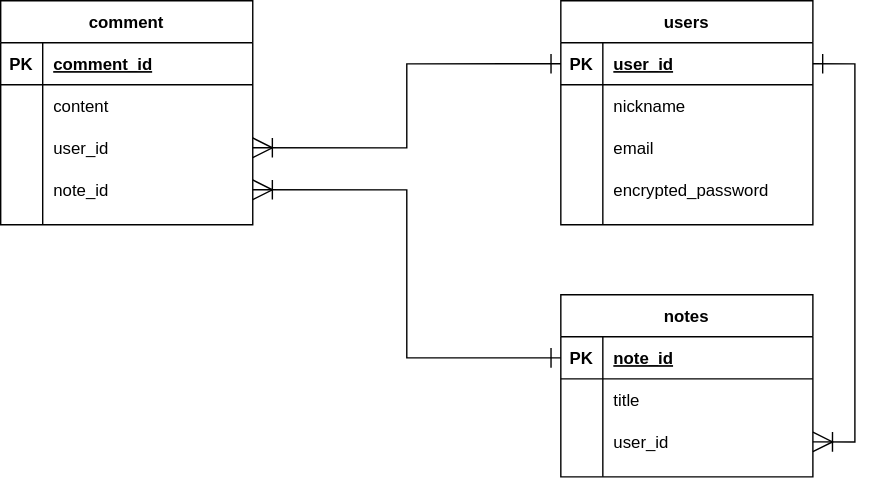
Earlier version of the draw.io export mynotes.drawio.svg (LIFE-enjoy/mynotes). Source tidied: cells renumbered, new cells last; positions are measured from the earlier drawing's top-left corner, leaving out a move shared by most shapes. The source it was exported from:
```xml
<mxGraphModel>
  <root>
    <mxCell id="0" />
    <mxCell id="1" parent="0" />
    <mxCell id="2" value="users" style="shape=table;startSize=30;rowLines=0;fontStyle=1;align=center;" parent="1" vertex="1">
      <mxGeometry x="400" width="180" height="160" as="geometry" />
    </mxCell>
    <mxCell id="3" style="shape=partialRectangle;fillColor=none;top=0;left=0;bottom=1;right=0;points=[[0,0.5],[1,0.5]];portConstraint=eastwest;" parent="2" vertex="1">
      <mxGeometry y="30" width="180" height="30" as="geometry" />
    </mxCell>
    <mxCell id="4" value="PK" style="shape=partialRectangle;fillColor=none;top=0;left=0;bottom=0;right=0;fontStyle=1;overflow=hidden;" parent="3" vertex="1">
      <mxGeometry width="30" height="30" as="geometry" />
    </mxCell>
    <mxCell id="5" value="user_id" style="shape=partialRectangle;fillColor=none;top=0;left=0;bottom=0;right=0;align=left;spacingLeft=6;fontStyle=5;overflow=hidden;" parent="3" vertex="1">
      <mxGeometry x="30" width="150" height="30" as="geometry" />
    </mxCell>
    <mxCell id="6" style="shape=partialRectangle;fillColor=none;top=0;left=0;bottom=0;right=0;" parent="2" vertex="1">
      <mxGeometry y="60" width="180" height="30" as="geometry" />
    </mxCell>
    <mxCell id="7" style="shape=partialRectangle;fillColor=none;top=0;left=0;bottom=0;right=0;overflow=hidden;" parent="6" vertex="1">
      <mxGeometry width="30" height="30" as="geometry" />
    </mxCell>
    <mxCell id="8" value="nickname" style="shape=partialRectangle;fillColor=none;top=0;left=0;bottom=0;right=0;align=left;spacingLeft=6;overflow=hidden;" parent="6" vertex="1">
      <mxGeometry x="30" width="150" height="30" as="geometry" />
    </mxCell>
    <mxCell id="9" style="shape=partialRectangle;fillColor=none;top=0;left=0;bottom=0;right=0;" parent="2" vertex="1">
      <mxGeometry y="90" width="180" height="30" as="geometry" />
    </mxCell>
    <mxCell id="10" style="shape=partialRectangle;fillColor=none;top=0;left=0;bottom=0;right=0;overflow=hidden;" parent="9" vertex="1">
      <mxGeometry width="30" height="30" as="geometry" />
    </mxCell>
    <mxCell id="11" value="email" style="shape=partialRectangle;fillColor=none;top=0;left=0;bottom=0;right=0;align=left;spacingLeft=6;overflow=hidden;" parent="9" vertex="1">
      <mxGeometry x="30" width="150" height="30" as="geometry" />
    </mxCell>
    <mxCell id="12" style="shape=partialRectangle;fillColor=none;top=0;left=0;bottom=0;right=0;" parent="2" vertex="1">
      <mxGeometry y="120" width="180" height="30" as="geometry" />
    </mxCell>
    <mxCell id="13" style="shape=partialRectangle;fillColor=none;top=0;left=0;bottom=0;right=0;overflow=hidden;" parent="12" vertex="1">
      <mxGeometry width="30" height="30" as="geometry" />
    </mxCell>
    <mxCell id="14" value="encrypted_password" style="shape=partialRectangle;fillColor=none;top=0;left=0;bottom=0;right=0;align=left;spacingLeft=6;overflow=hidden;" parent="12" vertex="1">
      <mxGeometry x="30" width="150" height="30" as="geometry" />
    </mxCell>
    <mxCell id="15" value="notes" style="shape=table;startSize=30;rowLines=0;fontStyle=1;align=center;" parent="1" vertex="1">
      <mxGeometry x="400" y="210" width="180" height="130" as="geometry" />
    </mxCell>
    <mxCell id="16" style="shape=partialRectangle;fillColor=none;top=0;left=0;bottom=1;right=0;points=[[0,0.5],[1,0.5]];portConstraint=eastwest;" parent="15" vertex="1">
      <mxGeometry y="30" width="180" height="30" as="geometry" />
    </mxCell>
    <mxCell id="17" value="PK" style="shape=partialRectangle;fillColor=none;top=0;left=0;bottom=0;right=0;fontStyle=1;overflow=hidden;" parent="16" vertex="1">
      <mxGeometry width="30" height="30" as="geometry" />
    </mxCell>
    <mxCell id="18" value="note_id" style="shape=partialRectangle;fillColor=none;top=0;left=0;bottom=0;right=0;align=left;spacingLeft=6;fontStyle=5;overflow=hidden;" parent="16" vertex="1">
      <mxGeometry x="30" width="150" height="30" as="geometry" />
    </mxCell>
    <mxCell id="19" style="shape=partialRectangle;fillColor=none;top=0;left=0;bottom=0;right=0;" parent="15" vertex="1">
      <mxGeometry y="60" width="180" height="30" as="geometry" />
    </mxCell>
    <mxCell id="20" style="shape=partialRectangle;fillColor=none;top=0;left=0;bottom=0;right=0;overflow=hidden;" parent="19" vertex="1">
      <mxGeometry width="30" height="30" as="geometry" />
    </mxCell>
    <mxCell id="21" value="title" style="shape=partialRectangle;fillColor=none;top=0;left=0;bottom=0;right=0;align=left;spacingLeft=6;overflow=hidden;" parent="19" vertex="1">
      <mxGeometry x="30" width="150" height="30" as="geometry" />
    </mxCell>
    <mxCell id="22" style="shape=partialRectangle;fillColor=none;top=0;left=0;bottom=0;right=0;points=[[0,0.5],[1,0.5]];portConstraint=eastwest;" parent="15" vertex="1">
      <mxGeometry y="90" width="180" height="30" as="geometry" />
    </mxCell>
    <mxCell id="23" style="shape=partialRectangle;fillColor=none;top=0;left=0;bottom=0;right=0;overflow=hidden;" parent="22" vertex="1">
      <mxGeometry width="30" height="30" as="geometry" />
    </mxCell>
    <mxCell id="24" value="user_id" style="shape=partialRectangle;fillColor=none;top=0;left=0;bottom=0;right=0;align=left;spacingLeft=6;overflow=hidden;" parent="22" vertex="1">
      <mxGeometry x="30" width="150" height="30" as="geometry" />
    </mxCell>
    <mxCell id="25" value="comment" style="shape=table;startSize=30;rowLines=0;fontStyle=1;align=center;" parent="1" vertex="1">
      <mxGeometry width="180" height="160" as="geometry" />
    </mxCell>
    <mxCell id="26" style="shape=partialRectangle;fillColor=none;top=0;left=0;bottom=1;right=0;" parent="25" vertex="1">
      <mxGeometry y="30" width="180" height="30" as="geometry" />
    </mxCell>
    <mxCell id="27" value="PK" style="shape=partialRectangle;fillColor=none;top=0;left=0;bottom=0;right=0;fontStyle=1;overflow=hidden;" parent="26" vertex="1">
      <mxGeometry width="30" height="30" as="geometry" />
    </mxCell>
    <mxCell id="28" value="comment_id" style="shape=partialRectangle;fillColor=none;top=0;left=0;bottom=0;right=0;align=left;spacingLeft=6;fontStyle=5;overflow=hidden;" parent="26" vertex="1">
      <mxGeometry x="30" width="150" height="30" as="geometry" />
    </mxCell>
    <mxCell id="29" style="shape=partialRectangle;fillColor=none;top=0;left=0;bottom=0;right=0;" parent="25" vertex="1">
      <mxGeometry y="60" width="180" height="30" as="geometry" />
    </mxCell>
    <mxCell id="30" style="shape=partialRectangle;fillColor=none;top=0;left=0;bottom=0;right=0;overflow=hidden;" parent="29" vertex="1">
      <mxGeometry width="30" height="30" as="geometry" />
    </mxCell>
    <mxCell id="31" value="content" style="shape=partialRectangle;fillColor=none;top=0;left=0;bottom=0;right=0;align=left;spacingLeft=6;overflow=hidden;" parent="29" vertex="1">
      <mxGeometry x="30" width="150" height="30" as="geometry" />
    </mxCell>
    <mxCell id="32" style="shape=partialRectangle;fillColor=none;top=0;left=0;bottom=0;right=0;points=[[0,0.5],[1,0.5]];portConstraint=eastwest;" parent="25" vertex="1">
      <mxGeometry y="90" width="180" height="30" as="geometry" />
    </mxCell>
    <mxCell id="33" style="shape=partialRectangle;fillColor=none;top=0;left=0;bottom=0;right=0;overflow=hidden;" parent="32" vertex="1">
      <mxGeometry width="30" height="30" as="geometry" />
    </mxCell>
    <mxCell id="34" value="user_id" style="shape=partialRectangle;fillColor=none;top=0;left=0;bottom=0;right=0;align=left;spacingLeft=6;overflow=hidden;" parent="32" vertex="1">
      <mxGeometry x="30" width="150" height="30" as="geometry" />
    </mxCell>
    <mxCell id="35" style="shape=partialRectangle;fillColor=none;top=0;left=0;bottom=0;right=0;points=[[0,0.5],[1,0.5]];portConstraint=eastwest;" parent="25" vertex="1">
      <mxGeometry y="120" width="180" height="30" as="geometry" />
    </mxCell>
    <mxCell id="36" style="shape=partialRectangle;fillColor=none;top=0;left=0;bottom=0;right=0;overflow=hidden;" parent="35" vertex="1">
      <mxGeometry width="30" height="30" as="geometry" />
    </mxCell>
    <mxCell id="37" value="note_id" style="shape=partialRectangle;fillColor=none;top=0;left=0;bottom=0;right=0;align=left;spacingLeft=6;overflow=hidden;" parent="35" vertex="1">
      <mxGeometry x="30" width="150" height="30" as="geometry" />
    </mxCell>
    <mxCell id="38" style="edgeStyle=orthogonalEdgeStyle;rounded=0;jettySize=auto;html=1;exitX=1;exitY=0.5;exitDx=0;exitDy=0;entryX=0;entryY=0.5;entryDx=0;entryDy=0;endArrow=ERone;endFill=0;startArrow=ERoneToMany;startFill=0;endSize=12;startSize=12;" parent="1" edge="1" source="32" target="3">
      <mxGeometry relative="1" as="geometry" />
    </mxCell>
    <mxCell id="39" style="edgeStyle=orthogonalEdgeStyle;rounded=0;jettySize=auto;html=1;exitX=1;exitY=0.5;exitDx=0;exitDy=0;entryX=0;entryY=0.5;entryDx=0;entryDy=0;startArrow=ERoneToMany;startFill=0;startSize=12;endArrow=ERone;endFill=0;endSize=12;" parent="1" edge="1" source="35" target="16">
      <mxGeometry relative="1" as="geometry" />
    </mxCell>
    <mxCell id="40" style="edgeStyle=orthogonalEdgeStyle;rounded=0;jettySize=auto;html=1;exitX=1;exitY=0.5;exitDx=0;exitDy=0;entryX=1;entryY=0.5;entryDx=0;entryDy=0;startArrow=ERoneToMany;startFill=0;startSize=12;endArrow=ERone;endFill=0;endSize=12;" parent="1" edge="1" source="22" target="3">
      <mxGeometry relative="1" as="geometry" />
    </mxCell>
  </root>
</mxGraphModel>
```
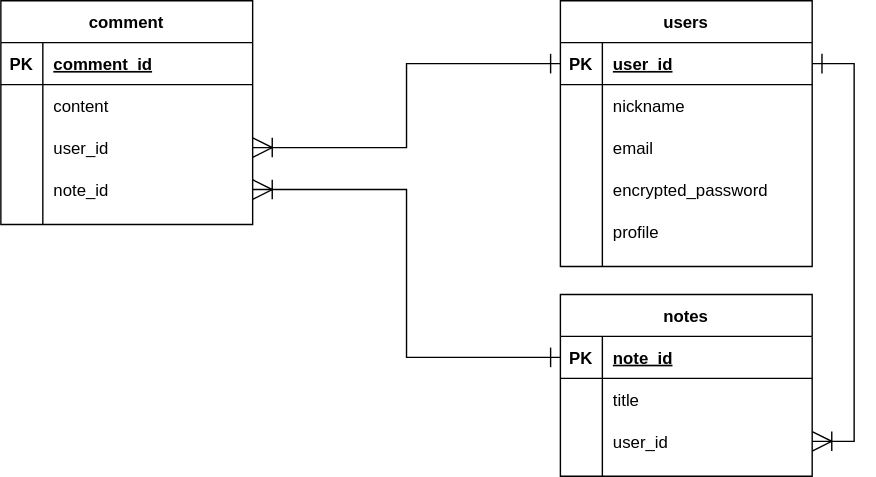
After the commit.

Change to the diagram source:
```diff
@@ -1,9 +1,9 @@
-<mxGraphModel>
+<mxGraphModel background="#ffffff">
   <root>
     <mxCell id="0" />
     <mxCell id="1" parent="0" />
     <mxCell id="2" value="users" style="shape=table;startSize=30;rowLines=0;fontStyle=1;align=center;" parent="1" vertex="1">
-      <mxGeometry x="400" width="180" height="160" as="geometry" />
+      <mxGeometry x="400" width="180" height="190" as="geometry" />
     </mxCell>
     <mxCell id="3" style="shape=partialRectangle;fillColor=none;top=0;left=0;bottom=1;right=0;points=[[0,0.5],[1,0.5]];portConstraint=eastwest;" parent="2" vertex="1">
       <mxGeometry y="30" width="180" height="30" as="geometry" />
@@ -41,6 +41,15 @@
     <mxCell id="14" value="encrypted_password" style="shape=partialRectangle;fillColor=none;top=0;left=0;bottom=0;right=0;align=left;spacingLeft=6;overflow=hidden;" parent="12" vertex="1">
       <mxGeometry x="30" width="150" height="30" as="geometry" />
     </mxCell>
+    <mxCell id="41" style="shape=partialRectangle;fillColor=none;top=0;left=0;bottom=0;right=0;" parent="2" vertex="1">
+      <mxGeometry y="150" width="180" height="30" as="geometry" />
+    </mxCell>
+    <mxCell id="42" style="shape=partialRectangle;fillColor=none;top=0;left=0;bottom=0;right=0;overflow=hidden;" parent="41" vertex="1">
+      <mxGeometry width="30" height="30" as="geometry" />
+    </mxCell>
+    <mxCell id="43" value="profile" style="shape=partialRectangle;fillColor=none;top=0;left=0;bottom=0;right=0;align=left;spacingLeft=6;overflow=hidden;" parent="41" vertex="1">
+      <mxGeometry x="30" width="150" height="30" as="geometry" />
+    </mxCell>
     <mxCell id="15" value="notes" style="shape=table;startSize=30;rowLines=0;fontStyle=1;align=center;" parent="1" vertex="1">
       <mxGeometry x="400" y="210" width="180" height="130" as="geometry" />
     </mxCell>
```
